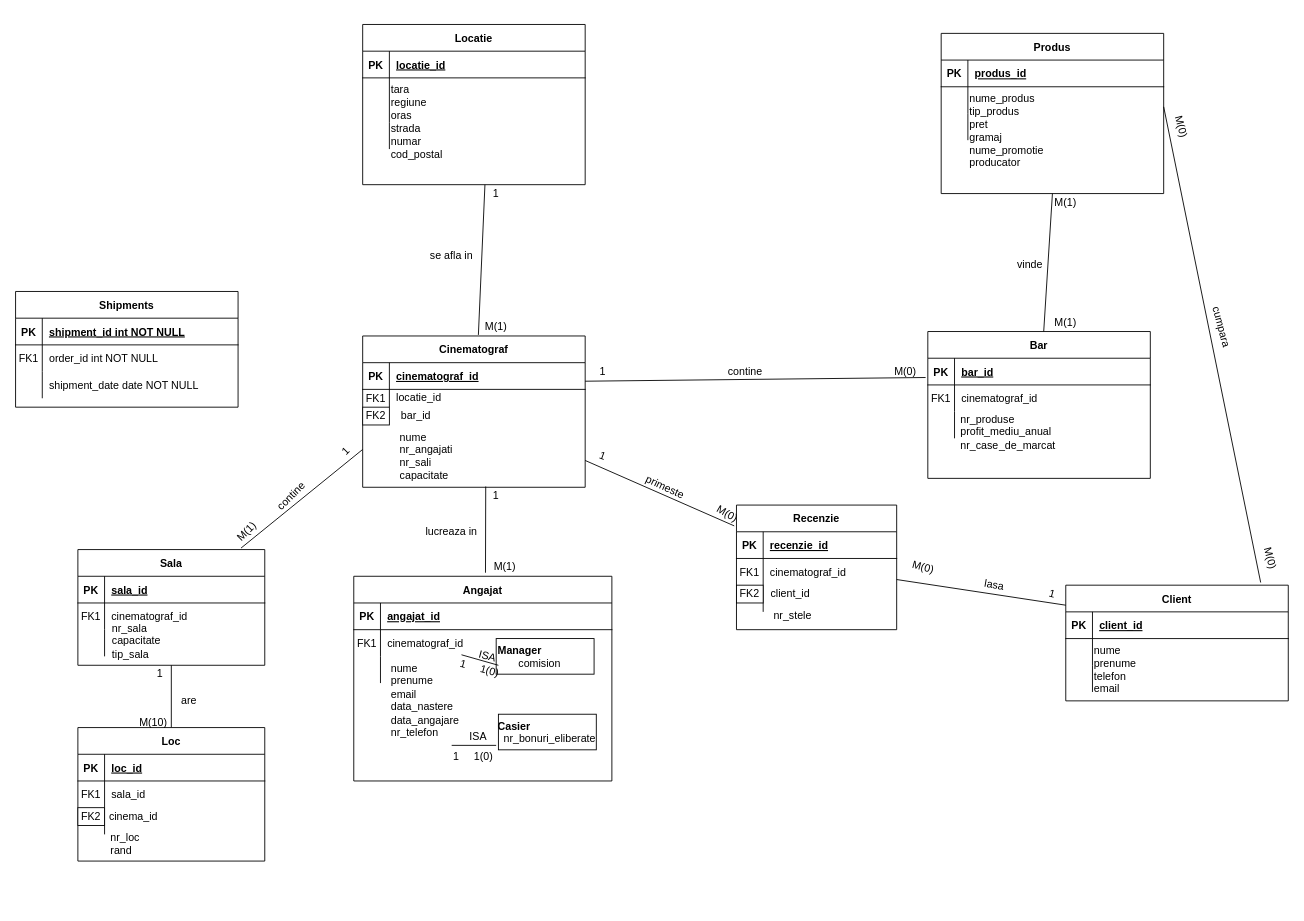
Earlier version of the draw.io diagram Databases/Project/BucharestCinemas.drawio (Swizop/uni-work). Source tidied: cells renumbered, new cells numbered last; positions are measured from the earlier drawing's top-left corner, leaving out a move shared by most shapes. Both pictures are drawn from the tidied source at 89%, with x=0, y=0 at pixel (15, 24).
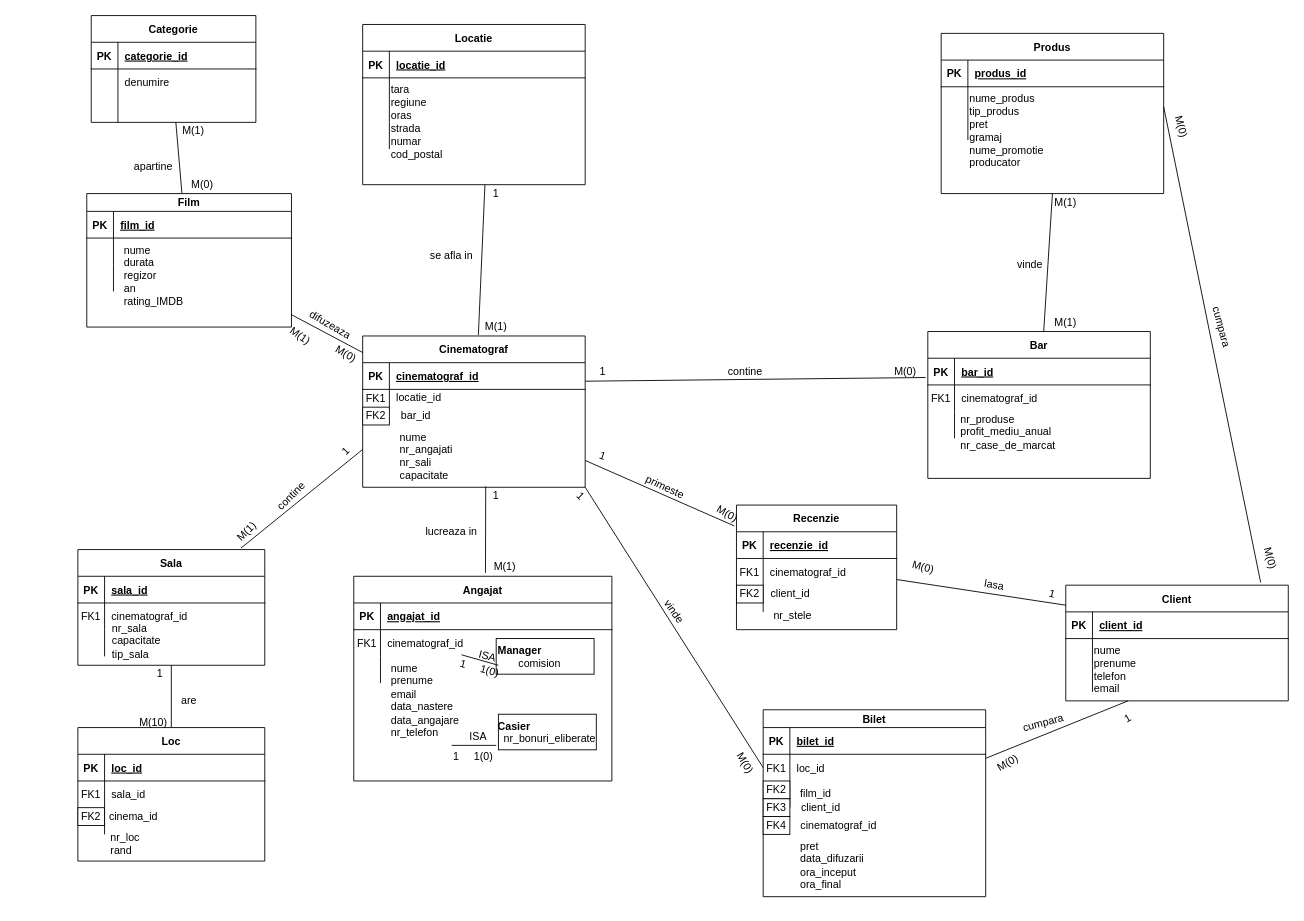
Above is the later version.

The change refers to these unchanged cells:
```xml
<mxCell id="22" value="Cinematograf" style="shape=table;startSize=30;childLayout=tableLayout;rowLines=0;fontStyle=1;align=center;" parent="1" vertex="1">
  <mxGeometry x="390" y="350" width="250" height="170" as="geometry" />
</mxCell>
```

Diff of the diagram source:
```diff
@@
-    <mxCell id="53" value="Shipments" style="shape=table;startSize=30;childLayout=tableLayout;rowLines=0;fontStyle=1;align=center;" parent="1" vertex="1">
-      <mxGeometry y="300" width="250" height="130" as="geometry" />
+    <mxCell id="53" value="Bilet" style="shape=table;startSize=20;childLayout=tableLayout;rowLines=0;fontStyle=1;align=center;" parent="1" vertex="1">
+      <mxGeometry x="840" y="770" width="250" height="210" as="geometry" />
     </mxCell>
     <mxCell id="54" style="shape=partialRectangle;fillColor=none;top=0;left=0;right=0;bottom=1;" parent="53" vertex="1">
-      <mxGeometry y="30" width="250" height="30" as="geometry" />
+      <mxGeometry y="20" width="250" height="30" as="geometry" />
     </mxCell>
@@
-    <mxCell id="56" value="shipment_id int NOT NULL " style="shape=partialRectangle;overflow=hidden;fillColor=none;top=0;left=0;bottom=0;right=0;align=left;spacingLeft=6;fontStyle=5;" parent="54" vertex="1">
+    <mxCell id="56" value="bilet_id" style="shape=partialRectangle;overflow=hidden;fillColor=none;top=0;left=0;bottom=0;right=0;align=left;spacingLeft=6;fontStyle=5;" parent="54" vertex="1">
       <mxGeometry x="30" width="220" height="30" as="geometry" />
     </mxCell>
     <mxCell id="57" style="shape=partialRectangle;fillColor=none;points=[[0,0.5],[1,0.5]];portConstraint=eastwest;top=0;left=0;right=0;bottom=0;" parent="53" vertex="1">
-      <mxGeometry y="60" width="250" height="30" as="geometry" />
+      <mxGeometry y="50" width="250" height="30" as="geometry" />
     </mxCell>
@@
-    <mxCell id="59" value="order_id int NOT NULL" style="shape=partialRectangle;overflow=hidden;fillColor=none;top=0;left=0;bottom=0;right=0;align=left;spacingLeft=6;" parent="57" vertex="1">
+    <mxCell id="59" value="loc_id" style="shape=partialRectangle;overflow=hidden;fillColor=none;top=0;left=0;bottom=0;right=0;align=left;spacingLeft=6;" parent="57" vertex="1">
       <mxGeometry x="30" width="220" height="30" as="geometry" />
     </mxCell>
     <mxCell id="60" style="shape=partialRectangle;fillColor=none;top=0;left=0;right=0;bottom=0;" parent="53" vertex="1">
-      <mxGeometry y="90" width="250" height="30" as="geometry" />
+      <mxGeometry y="80" width="250" height="30" as="geometry" />
     </mxCell>
@@
-    <mxCell id="62" value="shipment_date date NOT NULL" style="shape=partialRectangle;overflow=hidden;fillColor=none;top=0;left=0;bottom=0;right=0;align=left;spacingLeft=6;" parent="60" vertex="1">
+    <mxCell id="62" style="shape=partialRectangle;overflow=hidden;fillColor=none;top=0;left=0;bottom=0;right=0;align=left;spacingLeft=6;" parent="60" vertex="1">
       <mxGeometry x="30" width="220" height="30" as="geometry" />
     </mxCell>
@@
+    <mxCell id="161" value="Film" style="shape=table;startSize=20;childLayout=tableLayout;rowLines=0;fontStyle=1;align=center;" parent="1" vertex="1">
+      <mxGeometry x="80" y="190" width="230" height="150" as="geometry" />
+    </mxCell>
+    <mxCell id="162" style="shape=partialRectangle;fillColor=none;top=0;left=0;right=0;bottom=1;" parent="161" vertex="1">
+      <mxGeometry y="20" width="230" height="30" as="geometry" />
+    </mxCell>
+    <mxCell id="163" value="PK" style="shape=partialRectangle;overflow=hidden;fillColor=none;top=0;left=0;bottom=0;right=0;fontStyle=1;" parent="162" vertex="1">
+      <mxGeometry width="30" height="30" as="geometry" />
+    </mxCell>
+    <mxCell id="164" value="film_id" style="shape=partialRectangle;overflow=hidden;fillColor=none;top=0;left=0;bottom=0;right=0;align=left;spacingLeft=6;fontStyle=5;" parent="162" vertex="1">
+      <mxGeometry x="30" width="200" height="30" as="geometry" />
+    </mxCell>
+    <mxCell id="165" style="shape=partialRectangle;fillColor=none;top=0;left=0;right=0;bottom=0;" parent="161" vertex="1">
+      <mxGeometry y="50" width="230" height="30" as="geometry" />
+    </mxCell>
+    <mxCell id="166" style="shape=partialRectangle;overflow=hidden;fillColor=none;top=0;left=0;bottom=0;right=0;" parent="165" vertex="1">
+      <mxGeometry width="30" height="30" as="geometry" />
+    </mxCell>
+    <mxCell id="167" style="shape=partialRectangle;overflow=hidden;fillColor=none;top=0;left=0;bottom=0;right=0;align=left;spacingLeft=6;" parent="165" vertex="1">
+      <mxGeometry x="30" width="200" height="30" as="geometry" />
+    </mxCell>
+    <mxCell id="168" style="shape=partialRectangle;fillColor=none;top=0;left=0;right=0;bottom=0;" parent="161" vertex="1">
+      <mxGeometry y="80" width="230" height="30" as="geometry" />
+    </mxCell>
+    <mxCell id="169" style="shape=partialRectangle;overflow=hidden;fillColor=none;top=0;left=0;bottom=0;right=0;" parent="168" vertex="1">
+      <mxGeometry width="30" height="30" as="geometry" />
+    </mxCell>
+    <mxCell id="170" style="shape=partialRectangle;overflow=hidden;fillColor=none;top=0;left=0;bottom=0;right=0;align=left;spacingLeft=6;" parent="168" vertex="1">
+      <mxGeometry x="30" width="200" height="30" as="geometry" />
+    </mxCell>
+    <mxCell id="171" value="nume&lt;br&gt;durata&lt;br&gt;regizor&lt;br&gt;an&lt;br&gt;rating_IMDB" style="text;html=1;strokeColor=none;fillColor=none;align=left;verticalAlign=top;whiteSpace=wrap;rounded=0;" parent="1" vertex="1">
+      <mxGeometry x="120" y="240" width="190" height="100" as="geometry" />
+    </mxCell>
+    <mxCell id="172" style="endArrow=none;html=1;" parent="1" edge="1" source="22" target="161">
+      <mxGeometry relative="1" as="geometry" />
+    </mxCell>
+    <mxCell id="173" value="difuzeaza" style="text;html=1;strokeColor=none;fillColor=none;align=center;verticalAlign=middle;whiteSpace=wrap;rounded=0;rotation=30;" parent="1" vertex="1">
+      <mxGeometry x="329.3" y="327.5" width="50" height="20" as="geometry" />
+    </mxCell>
+    <mxCell id="174" value="M(1)" style="text;html=1;strokeColor=none;fillColor=none;align=center;verticalAlign=middle;whiteSpace=wrap;rounded=0;rotation=35;" parent="1" vertex="1">
+      <mxGeometry x="310" y="340" width="20" height="20" as="geometry" />
+    </mxCell>
+    <mxCell id="175" value="M(0)" style="text;html=1;strokeColor=none;fillColor=none;align=center;verticalAlign=middle;whiteSpace=wrap;rounded=0;rotation=30;" parent="1" vertex="1">
+      <mxGeometry x="356.5" y="360" width="28.5" height="20" as="geometry" />
+    </mxCell>
+    <mxCell id="176" value="FK2" style="rounded=0;whiteSpace=wrap;html=1;" parent="1" vertex="1">
+      <mxGeometry x="840" y="850" width="30" height="20" as="geometry" />
+    </mxCell>
+    <mxCell id="177" value="FK3" style="rounded=0;whiteSpace=wrap;html=1;" parent="1" vertex="1">
+      <mxGeometry x="840" y="870" width="30" height="20" as="geometry" />
+    </mxCell>
+    <mxCell id="178" value="film_id" style="text;html=1;strokeColor=none;fillColor=none;align=left;verticalAlign=top;whiteSpace=wrap;rounded=0;" parent="1" vertex="1">
+      <mxGeometry x="880" y="850" width="40" height="20" as="geometry" />
+    </mxCell>
+    <mxCell id="179" value="client_id" style="text;html=1;strokeColor=none;fillColor=none;align=center;verticalAlign=middle;whiteSpace=wrap;rounded=0;" parent="1" vertex="1">
+      <mxGeometry x="880" y="870" width="50" height="20" as="geometry" />
+    </mxCell>
+    <mxCell id="180" value="FK4" style="rounded=0;whiteSpace=wrap;html=1;" parent="1" vertex="1">
+      <mxGeometry x="840" y="890" width="30" height="20" as="geometry" />
+    </mxCell>
+    <mxCell id="181" value="cinematograf_id" style="text;html=1;strokeColor=none;fillColor=none;align=center;verticalAlign=middle;whiteSpace=wrap;rounded=0;" parent="1" vertex="1">
+      <mxGeometry x="880" y="890" width="90" height="20" as="geometry" />
+    </mxCell>
+    <mxCell id="182" value="pret&lt;br&gt;data_difuzarii&lt;br&gt;ora_inceput&lt;br&gt;ora_final" style="text;html=1;strokeColor=none;fillColor=none;align=left;verticalAlign=top;whiteSpace=wrap;rounded=0;" parent="1" vertex="1">
+      <mxGeometry x="880" y="910" width="210" height="80" as="geometry" />
+    </mxCell>
+    <mxCell id="183" style="endArrow=none;html=1;entryX=1;entryY=1;entryDx=0;entryDy=0;exitX=0;exitY=0.5;exitDx=0;exitDy=0;" parent="1" edge="1" source="57" target="22">
+      <mxGeometry relative="1" as="geometry" />
+    </mxCell>
+    <mxCell id="184" value="vinde" style="text;html=1;strokeColor=none;fillColor=none;align=center;verticalAlign=middle;whiteSpace=wrap;rounded=0;rotation=55;" parent="1" vertex="1">
+      <mxGeometry x="720" y="650" width="40" height="20" as="geometry" />
+    </mxCell>
+    <mxCell id="185" value="M(0)" style="text;html=1;strokeColor=none;fillColor=none;align=center;verticalAlign=middle;whiteSpace=wrap;rounded=0;rotation=60;" parent="1" vertex="1">
+      <mxGeometry x="800" y="820" width="40" height="20" as="geometry" />
+    </mxCell>
+    <mxCell id="186" value="1" style="text;html=1;strokeColor=none;fillColor=none;align=center;verticalAlign=middle;whiteSpace=wrap;rounded=0;rotation=45;" parent="1" vertex="1">
+      <mxGeometry x="630" y="520" width="10" height="20" as="geometry" />
+    </mxCell>
+    <mxCell id="187" style="endArrow=none;html=1;" parent="1" edge="1" source="53">
+      <mxGeometry relative="1" as="geometry">
+        <mxPoint x="1250" y="760" as="targetPoint" />
+      </mxGeometry>
+    </mxCell>
+    <mxCell id="188" value="cumpara" style="text;html=1;strokeColor=none;fillColor=none;align=center;verticalAlign=middle;whiteSpace=wrap;rounded=0;rotation=-15;" parent="1" vertex="1">
+      <mxGeometry x="1135" y="775" width="40" height="20" as="geometry" />
+    </mxCell>
+    <mxCell id="189" value="1" style="text;html=1;strokeColor=none;fillColor=none;align=center;verticalAlign=middle;whiteSpace=wrap;rounded=0;rotation=-30;" parent="1" vertex="1">
+      <mxGeometry x="1230" y="770" width="40" height="20" as="geometry" />
+    </mxCell>
+    <mxCell id="190" value="M(0)" style="text;html=1;strokeColor=none;fillColor=none;align=center;verticalAlign=middle;whiteSpace=wrap;rounded=0;rotation=-30;" parent="1" vertex="1">
+      <mxGeometry x="1095" y="820" width="40" height="20" as="geometry" />
+    </mxCell>
+    <mxCell id="191" value="Categorie" style="shape=table;startSize=30;childLayout=tableLayout;rowLines=0;fontStyle=1;align=center;" parent="1" vertex="1">
+      <mxGeometry x="85" y="-10" width="185" height="120" as="geometry" />
+    </mxCell>
+    <mxCell id="192" style="shape=partialRectangle;fillColor=none;top=0;left=0;right=0;bottom=1;" parent="191" vertex="1">
+      <mxGeometry y="30" width="185" height="30" as="geometry" />
+    </mxCell>
+    <mxCell id="193" value="PK" style="shape=partialRectangle;overflow=hidden;fillColor=none;top=0;left=0;bottom=0;right=0;fontStyle=1;" parent="192" vertex="1">
+      <mxGeometry width="30" height="30" as="geometry" />
+    </mxCell>
+    <mxCell id="194" value="categorie_id" style="shape=partialRectangle;overflow=hidden;fillColor=none;top=0;left=0;bottom=0;right=0;align=left;spacingLeft=6;fontStyle=5;" parent="192" vertex="1">
+      <mxGeometry x="30" width="155" height="30" as="geometry" />
+    </mxCell>
+    <mxCell id="195" style="shape=partialRectangle;fillColor=none;top=0;left=0;right=0;bottom=0;" parent="191" vertex="1">
+      <mxGeometry y="60" width="185" height="30" as="geometry" />
+    </mxCell>
+    <mxCell id="196" style="shape=partialRectangle;overflow=hidden;fillColor=none;top=0;left=0;bottom=0;right=0;" parent="195" vertex="1">
+      <mxGeometry width="30" height="30" as="geometry" />
+    </mxCell>
+    <mxCell id="197" value="denumire" style="shape=partialRectangle;overflow=hidden;fillColor=none;top=0;left=0;bottom=0;right=0;align=left;spacingLeft=6;" parent="195" vertex="1">
+      <mxGeometry x="30" width="155" height="30" as="geometry" />
+    </mxCell>
+    <mxCell id="198" style="shape=partialRectangle;fillColor=none;points=[[0,0.5],[1,0.5]];portConstraint=eastwest;top=0;left=0;right=0;bottom=0;" parent="191" vertex="1">
+      <mxGeometry y="90" width="185" height="30" as="geometry" />
+    </mxCell>
+    <mxCell id="199" style="shape=partialRectangle;overflow=hidden;fillColor=none;top=0;left=0;bottom=0;right=0;" parent="198" vertex="1">
+      <mxGeometry width="30" height="30" as="geometry" />
+    </mxCell>
+    <mxCell id="200" style="shape=partialRectangle;overflow=hidden;fillColor=none;top=0;left=0;bottom=0;right=0;align=left;spacingLeft=6;" parent="198" vertex="1">
+      <mxGeometry x="30" width="155" height="30" as="geometry" />
+    </mxCell>
+    <mxCell id="201" style="endArrow=none;html=1;entryX=0.514;entryY=1;entryDx=0;entryDy=0;entryPerimeter=0;exitX=0.465;exitY=0;exitDx=0;exitDy=0;exitPerimeter=0;" parent="1" edge="1" source="161" target="198">
+      <mxGeometry relative="1" as="geometry" />
+    </mxCell>
+    <mxCell id="202" value="apartine" style="text;html=1;strokeColor=none;fillColor=none;align=center;verticalAlign=middle;whiteSpace=wrap;rounded=0;" parent="1" vertex="1">
+      <mxGeometry x="135" y="150" width="40" height="20" as="geometry" />
+    </mxCell>
+    <mxCell id="203" value="M(1)" style="text;html=1;strokeColor=none;fillColor=none;align=center;verticalAlign=middle;whiteSpace=wrap;rounded=0;" parent="1" vertex="1">
+      <mxGeometry x="180" y="110" width="40" height="20" as="geometry" />
+    </mxCell>
+    <mxCell id="204" value="M(0)" style="text;html=1;strokeColor=none;fillColor=none;align=center;verticalAlign=middle;whiteSpace=wrap;rounded=0;" parent="1" vertex="1">
+      <mxGeometry x="190" y="170" width="40" height="20" as="geometry" />
+    </mxCell>
```
